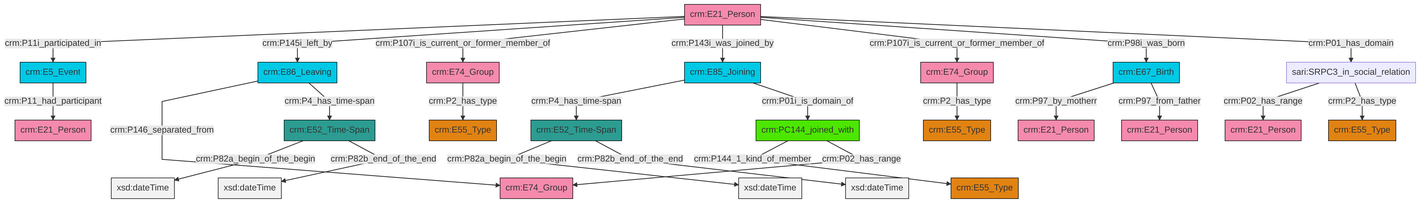
This is et/personCSV/ttl/mmd/png/Person_Actor_Relations.png from swiss-art-research-net/reference-data-models, a Mermaid export, as it was before one commit. Its source is kept beside it as et/personCSV/ttl/mmd/Person_Actor_Relations.ttl.mmd.
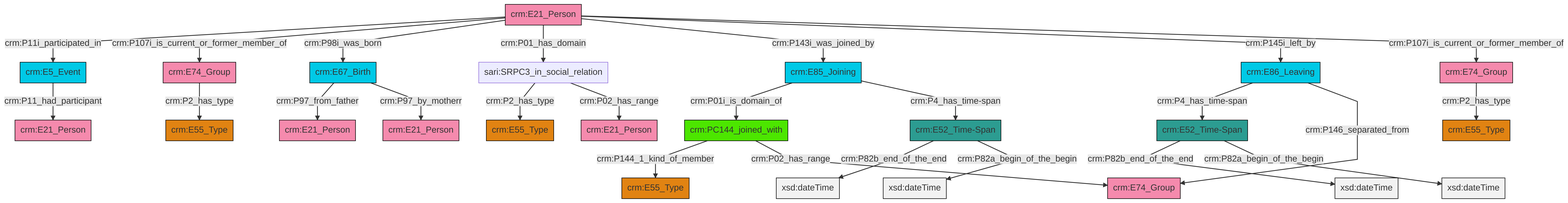
Above is the later version.

What changed in the source:
```diff
@@ -13,27 +13,27 @@
 classDef PC_Classes fill:#4ce600, stroke:#000000;
 classDef Multi fill:#cccccc,stroke:#000000;
 
-2["crm:E85_Joining"]:::Temporal_Entity -->|crm:P4_has_time-span| 3["crm:E52_Time-Span"]:::Time-Span
-8["crm:E67_Birth"]:::Temporal_Entity -->|crm:P97_by_motherr| 9["crm:E21_Person"]:::Actor
-10["crm:E21_Person"]:::Actor -->|crm:P11i_participated_in| 11["crm:E5_Event"]:::Temporal_Entity
-10["crm:E21_Person"]:::Actor -->|crm:P145i_left_by| 12["crm:E86_Leaving"]:::Temporal_Entity
-10["crm:E21_Person"]:::Actor -->|crm:P107i_is_current_or_former_member_of| 17["crm:E74_Group"]:::Actor
-21["crm:E52_Time-Span"]:::Time-Span -->|crm:P82a_begin_of_the_begin| 22[xsd:dateTime]:::Literal
-8["crm:E67_Birth"]:::Temporal_Entity -->|crm:P97_from_father| 0["crm:E21_Person"]:::Actor
-10["crm:E21_Person"]:::Actor -->|crm:P143i_was_joined_by| 2["crm:E85_Joining"]:::Temporal_Entity
-3["crm:E52_Time-Span"]:::Time-Span -->|crm:P82a_begin_of_the_begin| 23[xsd:dateTime]:::Literal
-11["crm:E5_Event"]:::Temporal_Entity -->|crm:P11_had_participant| 25["crm:E21_Person"]:::Actor
-10["crm:E21_Person"]:::Actor -->|crm:P107i_is_current_or_former_member_of| 26["crm:E74_Group"]:::Actor
-12["crm:E86_Leaving"]:::Temporal_Entity -->|crm:P146_separated_from| 19["crm:E74_Group"]:::Actor
-29["crm:PC144_joined_with"]:::PC_Classes -->|crm:P144_1_kind_of_member| 30["crm:E55_Type"]:::Type
-6["sari:SRPC3_in_social_relation"]:::Default -->|crm:P02_has_range| 31["crm:E21_Person"]:::Actor
-2["crm:E85_Joining"]:::Temporal_Entity -->|crm:P01i_is_domain_of| 29["crm:PC144_joined_with"]:::PC_Classes
-21["crm:E52_Time-Span"]:::Time-Span -->|crm:P82b_end_of_the_end| 34[xsd:dateTime]:::Literal
-10["crm:E21_Person"]:::Actor -->|crm:P98i_was_born| 8["crm:E67_Birth"]:::Temporal_Entity
-3["crm:E52_Time-Span"]:::Time-Span -->|crm:P82b_end_of_the_end| 37[xsd:dateTime]:::Literal
-10["crm:E21_Person"]:::Actor -->|crm:P01_has_domain| 6["sari:SRPC3_in_social_relation"]:::Default
-12["crm:E86_Leaving"]:::Temporal_Entity -->|crm:P4_has_time-span| 21["crm:E52_Time-Span"]:::Time-Span
-6["sari:SRPC3_in_social_relation"]:::Default -->|crm:P2_has_type| 35["crm:E55_Type"]:::Type
-26["crm:E74_Group"]:::Actor -->|crm:P2_has_type| 4["crm:E55_Type"]:::Type
-17["crm:E74_Group"]:::Actor -->|crm:P2_has_type| 15["crm:E55_Type"]:::Type
-29["crm:PC144_joined_with"]:::PC_Classes -->|crm:P02_has_range| 19["crm:E74_Group"]:::Actor
+2["crm:E67_Birth"]:::Temporal_Entity -->|crm:P97_from_father| 3["crm:E21_Person"]:::Actor
+8["crm:E5_Event"]:::Temporal_Entity -->|crm:P11_had_participant| 9["crm:E21_Person"]:::Actor
+12["crm:E85_Joining"]:::Temporal_Entity -->|crm:P01i_is_domain_of| 13["crm:PC144_joined_with"]:::PC_Classes
+22["crm:E52_Time-Span"]:::Time-Span -->|crm:P82b_end_of_the_end| 23[xsd:dateTime]:::Literal
+0["crm:E21_Person"]:::Actor -->|crm:P11i_participated_in| 8["crm:E5_Event"]:::Temporal_Entity
+13["crm:PC144_joined_with"]:::PC_Classes -->|crm:P144_1_kind_of_member| 26["crm:E55_Type"]:::Type
+27["crm:E52_Time-Span"]:::Time-Span -->|crm:P82b_end_of_the_end| 28[xsd:dateTime]:::Literal
+2["crm:E67_Birth"]:::Temporal_Entity -->|crm:P97_by_motherr| 16["crm:E21_Person"]:::Actor
+10["sari:SRPC3_in_social_relation"]:::Default -->|crm:P2_has_type| 29["crm:E55_Type"]:::Type
+27["crm:E52_Time-Span"]:::Time-Span -->|crm:P82a_begin_of_the_begin| 30[xsd:dateTime]:::Literal
+0["crm:E21_Person"]:::Actor -->|crm:P107i_is_current_or_former_member_of| 18["crm:E74_Group"]:::Actor
+22["crm:E52_Time-Span"]:::Time-Span -->|crm:P82a_begin_of_the_begin| 34[xsd:dateTime]:::Literal
+0["crm:E21_Person"]:::Actor -->|crm:P98i_was_born| 2["crm:E67_Birth"]:::Temporal_Entity
+0["crm:E21_Person"]:::Actor -->|crm:P01_has_domain| 10["sari:SRPC3_in_social_relation"]:::Default
+12["crm:E85_Joining"]:::Temporal_Entity -->|crm:P4_has_time-span| 27["crm:E52_Time-Span"]:::Time-Span
+13["crm:PC144_joined_with"]:::PC_Classes -->|crm:P02_has_range| 4["crm:E74_Group"]:::Actor
+20["crm:E74_Group"]:::Actor -->|crm:P2_has_type| 32["crm:E55_Type"]:::Type
+0["crm:E21_Person"]:::Actor -->|crm:P143i_was_joined_by| 12["crm:E85_Joining"]:::Temporal_Entity
+6["crm:E86_Leaving"]:::Temporal_Entity -->|crm:P4_has_time-span| 22["crm:E52_Time-Span"]:::Time-Span
+10["sari:SRPC3_in_social_relation"]:::Default -->|crm:P02_has_range| 36["crm:E21_Person"]:::Actor
+0["crm:E21_Person"]:::Actor -->|crm:P145i_left_by| 6["crm:E86_Leaving"]:::Temporal_Entity
+18["crm:E74_Group"]:::Actor -->|crm:P2_has_type| 42["crm:E55_Type"]:::Type
+6["crm:E86_Leaving"]:::Temporal_Entity -->|crm:P146_separated_from| 4["crm:E74_Group"]:::Actor
+0["crm:E21_Person"]:::Actor -->|crm:P107i_is_current_or_former_member_of| 20["crm:E74_Group"]:::Actor
```
